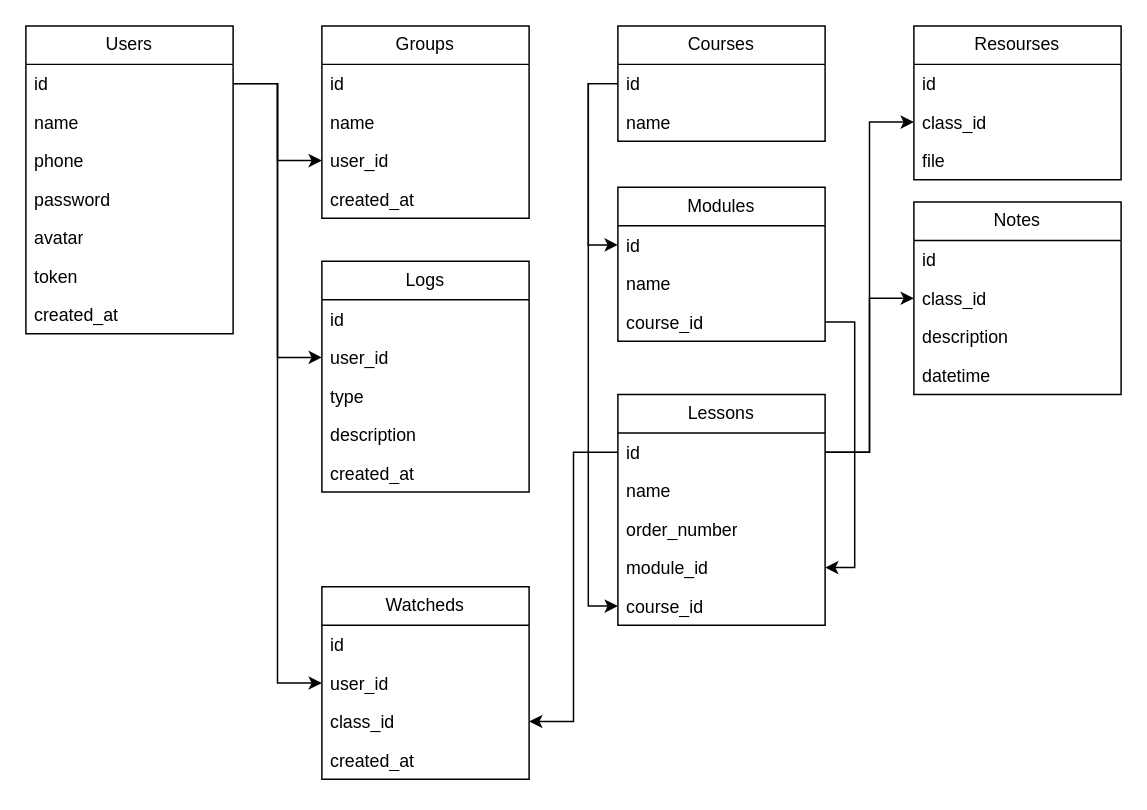
The draw.io diagram uml.drawio in fernando-fix/ead, before the edit. Source tidied: cells renumbered, new cells numbered last; positions are measured from the earlier drawing's top-left corner, leaving out a move shared by most shapes. Both pictures are drawn from the tidied source at 148%, with x=0, y=0 at pixel (25, 25).
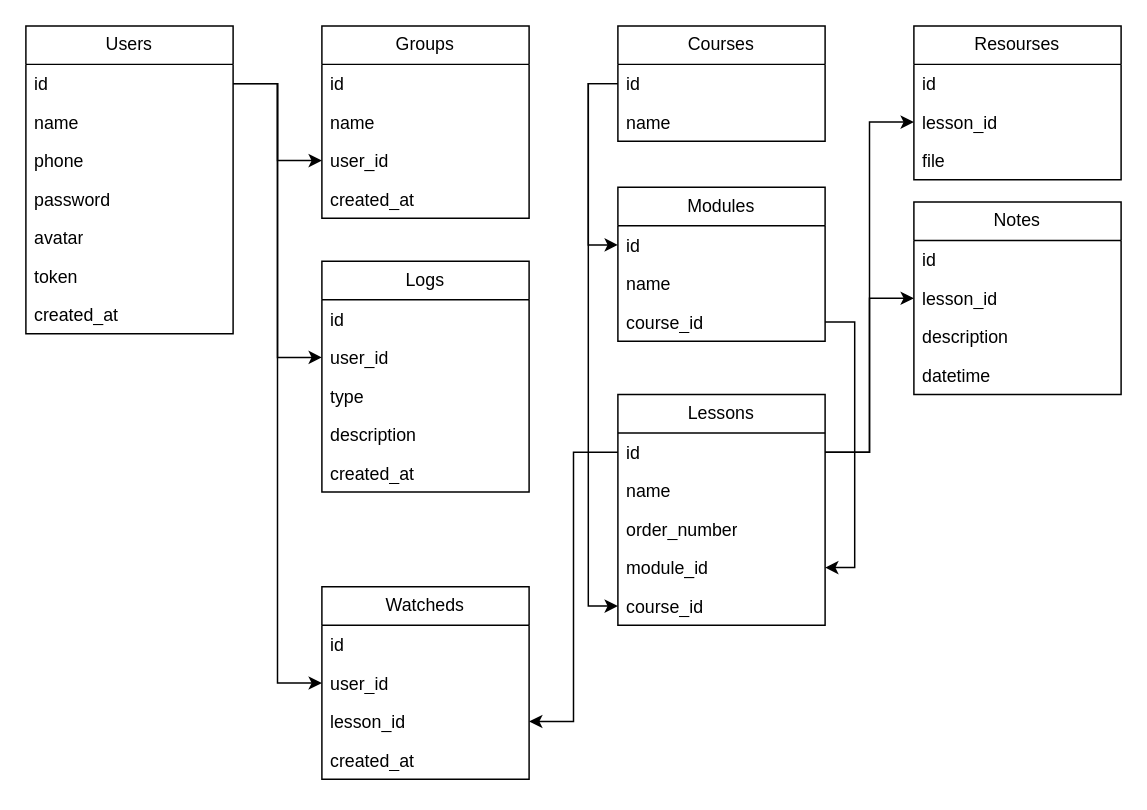
The same page after the edit.

The change refers to these unchanged cells:
```xml
<mxCell id="3" value="id" style="text;strokeColor=none;fillColor=none;align=left;verticalAlign=top;spacingLeft=4;spacingRight=4;overflow=hidden;points=[[0,0.5],[1,0.5]];portConstraint=eastwest;whiteSpace=wrap;html=1;" parent="2" vertex="1">
  <mxGeometry y="26" width="140" height="26" as="geometry" />
</mxCell>
<mxCell id="39" value="Notes" style="swimlane;fontStyle=0;horizontal=1;startSize=26;fillColor=none;whiteSpace=wrap;html=1;" parent="1" vertex="1">
  <mxGeometry x="600" y="119" width="140" height="130" as="geometry" />
</mxCell>
<mxCell id="45" value="Watcheds" style="swimlane;fontStyle=0;horizontal=1;startSize=26;fillColor=none;whiteSpace=wrap;html=1;" parent="1" vertex="1">
  <mxGeometry x="200" y="379" width="140" height="130" as="geometry" />
</mxCell>
<mxCell id="47" value="user_id" style="text;strokeColor=none;fillColor=none;align=left;verticalAlign=top;spacingLeft=4;spacingRight=4;overflow=hidden;points=[[0,0.5],[1,0.5]];portConstraint=eastwest;whiteSpace=wrap;html=1;" parent="45" vertex="1">
  <mxGeometry y="52" width="140" height="26" as="geometry" />
</mxCell>
<mxCell id="52" value="Resourses" style="swimlane;fontStyle=0;horizontal=1;startSize=26;fillColor=none;whiteSpace=wrap;html=1;" parent="1" vertex="1">
  <mxGeometry x="600" width="140" height="104" as="geometry" />
</mxCell>
```

Change to the diagram source:
```diff
@@
-    <mxCell id="41" value="class_id" style="text;strokeColor=none;fillColor=none;align=left;verticalAlign=top;spacingLeft=4;spacingRight=4;overflow=hidden;points=[[0,0.5],[1,0.5]];portConstraint=eastwest;whiteSpace=wrap;html=1;" parent="39" vertex="1">
+    <mxCell id="41" value="lesson_id" style="text;strokeColor=none;fillColor=none;align=left;verticalAlign=top;spacingLeft=4;spacingRight=4;overflow=hidden;points=[[0,0.5],[1,0.5]];portConstraint=eastwest;whiteSpace=wrap;html=1;" parent="39" vertex="1">
       <mxGeometry y="52" width="140" height="26" as="geometry" />
     </mxCell>
@@
-    <mxCell id="48" value="class_id" style="text;strokeColor=none;fillColor=none;align=left;verticalAlign=top;spacingLeft=4;spacingRight=4;overflow=hidden;points=[[0,0.5],[1,0.5]];portConstraint=eastwest;whiteSpace=wrap;html=1;" parent="45" vertex="1">
+    <mxCell id="48" value="lesson_id" style="text;strokeColor=none;fillColor=none;align=left;verticalAlign=top;spacingLeft=4;spacingRight=4;overflow=hidden;points=[[0,0.5],[1,0.5]];portConstraint=eastwest;whiteSpace=wrap;html=1;" parent="45" vertex="1">
       <mxGeometry y="78" width="140" height="26" as="geometry" />
     </mxCell>
@@
     <mxCell id="50" style="edgeStyle=orthogonalEdgeStyle;rounded=0;jettySize=auto;html=1;entryX=0;entryY=0.5;entryDx=0;entryDy=0;" parent="1" edge="1" source="3" target="47">
-      <mxGeometry relative="1" as="geometry" />
+      <mxGeometry relative="1" as="geometry">
+        <Array as="points">
+          <mxPoint x="170" y="39" />
+          <mxPoint x="170" y="444" />
+        </Array>
+      </mxGeometry>
     </mxCell>
@@
-    <mxCell id="54" value="class_id" style="text;strokeColor=none;fillColor=none;align=left;verticalAlign=top;spacingLeft=4;spacingRight=4;overflow=hidden;points=[[0,0.5],[1,0.5]];portConstraint=eastwest;whiteSpace=wrap;html=1;" parent="52" vertex="1">
+    <mxCell id="54" value="lesson_id" style="text;strokeColor=none;fillColor=none;align=left;verticalAlign=top;spacingLeft=4;spacingRight=4;overflow=hidden;points=[[0,0.5],[1,0.5]];portConstraint=eastwest;whiteSpace=wrap;html=1;" parent="52" vertex="1">
       <mxGeometry y="52" width="140" height="26" as="geometry" />
     </mxCell>
```
